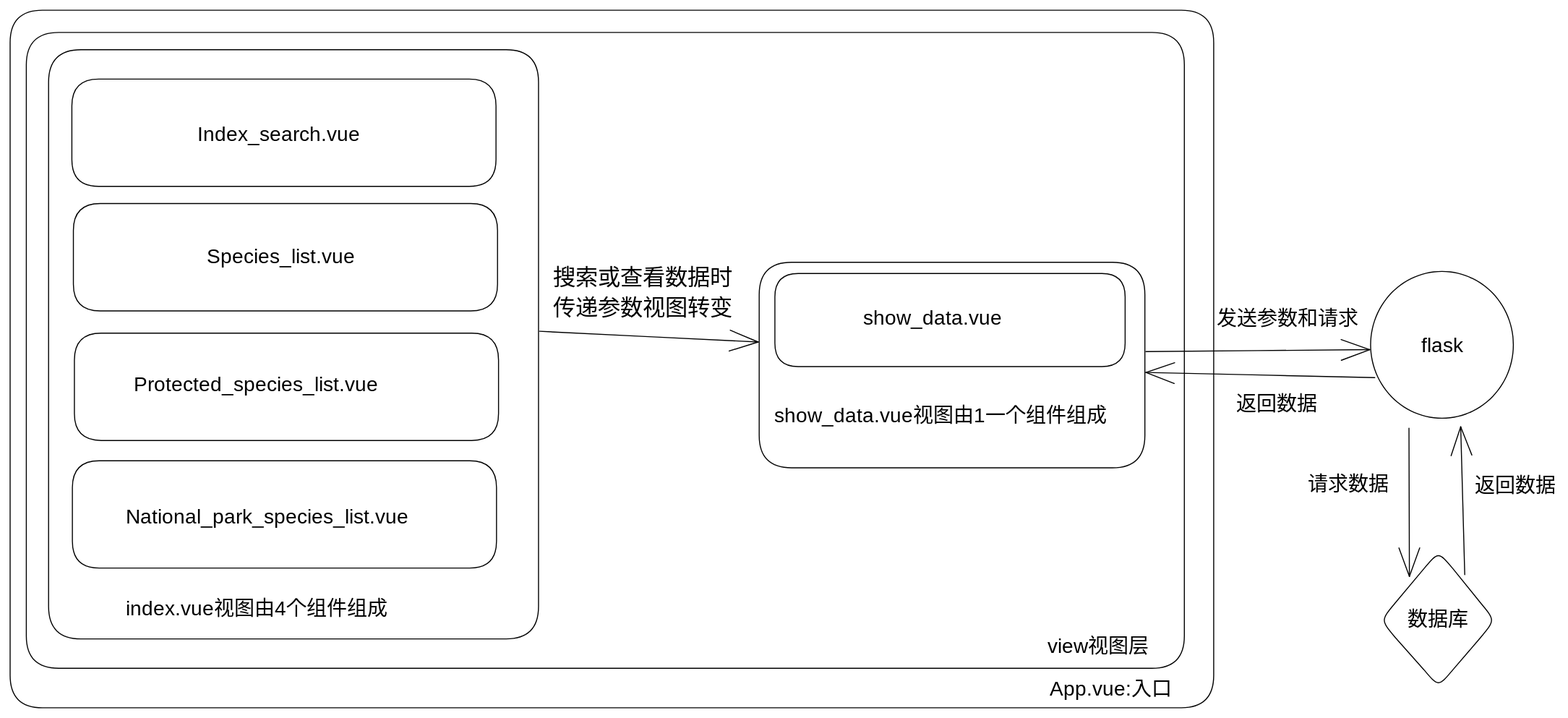
Before: .gitbook/assets/file.excalidraw.svg, a diagram exported from Excalidraw (Xiamu-ssr/Book1). Source tidied: one line per element, renumbered; positions are measured from the earlier drawing's top-left corner, leaving out a move shared by most shapes.
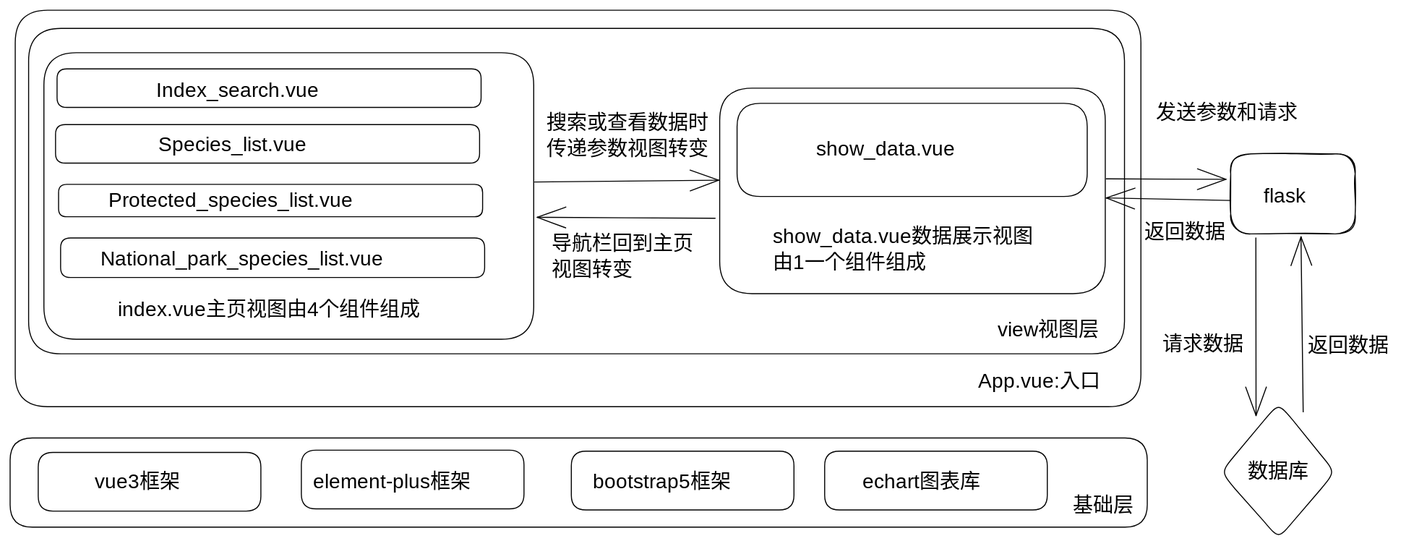
After the commit.

Commit message:
GITBOOK-32: change request with no subject merged in GitBook

What changed in the source:
```diff
@@ -1,32 +1,44 @@
-{"id": 0, "type": "rectangle", "strokeColor": "#000000", "strokeWidth": 1, "roughness": 0, "round": true, "x": 0, "y": 0, "width": 1189, "height": 689}
+{"id": 0, "type": "rectangle", "strokeColor": "#000000", "strokeWidth": 1, "roughness": 0, "round": true, "x": 22, "y": 4, "width": 1112, "height": 392}
-{"id": 1, "type": "text", "text": "App.vue:入口", "strokeColor": "#000000", "strokeWidth": 1, "roughness": 1, "fontSize": 20, "fontFamily": 3, "x": 1027, "y": 656, "width": 136, "height": 26}
+{"id": 1, "type": "text", "text": "App.vue:入口", "strokeColor": "#000000", "strokeWidth": 1, "roughness": 1, "fontSize": 20, "fontFamily": 3, "x": 973, "y": 356, "width": 136, "height": 26}
-{"id": 2, "type": "rectangle", "strokeColor": "#000000", "strokeWidth": 1, "roughness": 0, "round": true, "x": 16, "y": 22, "width": 1144, "height": 628}
+{"id": 2, "type": "rectangle", "strokeColor": "#000000", "strokeWidth": 1, "roughness": 0, "round": true, "x": 35, "y": 22, "width": 1083, "height": 321}
-{"id": 3, "type": "text", "text": "view视图层", "strokeColor": "#000000", "strokeWidth": 1, "roughness": 1, "fontSize": 20, "fontFamily": 3, "x": 1025, "y": 614, "width": 109, "height": 26}
+{"id": 3, "type": "text", "text": "view视图层", "strokeColor": "#000000", "strokeWidth": 1, "roughness": 1, "fontSize": 20, "fontFamily": 3, "x": 992, "y": 305, "width": 109, "height": 26}
-{"id": 4, "type": "rectangle", "strokeColor": "#000000", "strokeWidth": 1, "roughness": 0, "round": true, "x": 38, "y": 39, "width": 484, "height": 582}
+{"id": 4, "type": "rectangle", "strokeColor": "#000000", "strokeWidth": 1, "roughness": 0, "round": true, "x": 50, "y": 46, "width": 484, "height": 283}
-{"id": 5, "type": "text", "text": "index.vue视图由4个组件组成", "strokeColor": "#000000", "strokeWidth": 1, "roughness": 1, "fontSize": 20, "fontFamily": 3, "x": 114, "y": 577, "width": 279, "height": 26}
+{"id": 5, "type": "text", "text": "index.vue主页视图由4个组件组成", "strokeColor": "#000000", "strokeWidth": 1, "roughness": 1, "fontSize": 20, "fontFamily": 3, "x": 123, "y": 285, "width": 319, "height": 26}
-{"id": 6, "type": "rectangle", "strokeColor": "#000000", "strokeWidth": 1, "roughness": 0, "round": true, "x": 61, "y": 68, "width": 419, "height": 106}
+{"id": 6, "type": "rectangle", "strokeColor": "#000000", "strokeWidth": 1, "roughness": 0, "round": true, "x": 63, "y": 62, "width": 419, "height": 38}
-{"id": 7, "type": "text", "text": "Index_search.vue", "strokeColor": "#000000", "strokeWidth": 1, "roughness": 1, "fontSize": 20, "fontFamily": 3, "x": 185, "y": 110, "width": 190, "height": 24}
+{"id": 7, "type": "text", "text": "Index_search.vue", "strokeColor": "#000000", "strokeWidth": 1, "roughness": 1, "fontSize": 20, "fontFamily": 3, "x": 161, "y": 71, "width": 190, "height": 24}
-{"id": 8, "type": "rectangle", "strokeColor": "#000000", "strokeWidth": 1, "roughness": 0, "round": true, "x": 62, "y": 191, "width": 419, "height": 106}
+{"id": 8, "type": "rectangle", "strokeColor": "#000000", "strokeWidth": 1, "roughness": 0, "round": true, "x": 62, "y": 117, "width": 419, "height": 38}
-{"id": 9, "type": "rectangle", "strokeColor": "#000000", "strokeWidth": 1, "roughness": 0, "round": true, "x": 64, "y": 319, "width": 419, "height": 106}
+{"id": 9, "type": "rectangle", "strokeColor": "#000000", "strokeWidth": 1, "roughness": 0, "round": true, "x": 64, "y": 176, "width": 419, "height": 32}
-{"id": 10, "type": "rectangle", "strokeColor": "#000000", "strokeWidth": 1, "roughness": 0, "round": true, "x": 62, "y": 445, "width": 419, "height": 106}
+{"id": 10, "type": "rectangle", "strokeColor": "#000000", "strokeWidth": 1, "roughness": 0, "round": true, "x": 66, "y": 229, "width": 419, "height": 39}
-{"id": 11, "type": "text", "text": "Species_list.vue", "strokeColor": "#000000", "strokeWidth": 1, "roughness": 1, "fontSize": 20, "fontFamily": 3, "x": 194, "y": 231, "width": 190, "height": 24}
+{"id": 11, "type": "text", "text": "Species_list.vue", "strokeColor": "#000000", "strokeWidth": 1, "roughness": 1, "fontSize": 20, "fontFamily": 3, "x": 163, "y": 124, "width": 190, "height": 24}
-{"id": 12, "type": "text", "text": "Protected_species_list.vue", "strokeColor": "#000000", "strokeWidth": 1, "roughness": 1, "fontSize": 20, "fontFamily": 3, "x": 122, "y": 357, "width": 307, "height": 24}
+{"id": 12, "type": "text", "text": "Protected_species_list.vue", "strokeColor": "#000000", "strokeWidth": 1, "roughness": 1, "fontSize": 20, "fontFamily": 3, "x": 114, "y": 179, "width": 307, "height": 24}
-{"id": 13, "type": "text", "text": "National_park_species_list.vue", "strokeColor": "#000000", "strokeWidth": 1, "roughness": 1, "fontSize": 20, "fontFamily": 3, "x": 114, "y": 488, "width": 354, "height": 24}
+{"id": 13, "type": "text", "text": "National_park_species_list.vue", "strokeColor": "#000000", "strokeWidth": 1, "roughness": 1, "fontSize": 20, "fontFamily": 3, "x": 106, "y": 237, "width": 354, "height": 24}
-{"id": 14, "type": "rectangle", "strokeColor": "#000000", "strokeWidth": 1, "roughness": 0, "round": true, "x": 740, "y": 249, "width": 381, "height": 203}
+{"id": 14, "type": "rectangle", "strokeColor": "#000000", "strokeWidth": 1, "roughness": 0, "round": true, "x": 718, "y": 81, "width": 381, "height": 203}
-{"id": 15, "type": "text", "text": "show_data.vue视图由1一个组件组成", "strokeColor": "#000000", "strokeWidth": 1, "roughness": 1, "fontSize": 20, "fontFamily": 3, "x": 755, "y": 386, "width": 346, "height": 26}
+{"id": 15, "type": "text", "text": "show_data.vue数据展示视图\n由1一个组件组成", "strokeColor": "#000000", "strokeWidth": 1, "roughness": 1, "fontSize": 20, "fontFamily": 3, "x": 770, "y": 213, "width": 273, "height": 52}
-{"id": 16, "type": "rectangle", "strokeColor": "#000000", "strokeWidth": 1, "roughness": 0, "round": true, "x": 756, "y": 260, "width": 346, "height": 92}
+{"id": 16, "type": "rectangle", "strokeColor": "#000000", "strokeWidth": 1, "roughness": 0, "round": true, "x": 735, "y": 96, "width": 346, "height": 92}
-{"id": 17, "type": "text", "text": "show_data.vue", "strokeColor": "#000000", "strokeWidth": 1, "roughness": 0, "fontSize": 20, "fontFamily": 3, "x": 843, "y": 292, "width": 154, "height": 24}
+{"id": 17, "type": "text", "text": "show_data.vue", "strokeColor": "#000000", "strokeWidth": 1, "roughness": 0, "fontSize": 20, "fontFamily": 3, "x": 813, "y": 129, "width": 154, "height": 24}
-{"id": 18, "type": "arrow", "strokeColor": "#000000", "strokeWidth": 1, "roughness": 0, "endArrowhead": "arrow", "round": true, "from": 4, "to": 14, "x": 523, "y": 317, "width": 216, "height": 11, "points": [[0, 0], [216, 11]]}
+{"id": 18, "type": "arrow", "strokeColor": "#000000", "strokeWidth": 1, "roughness": 0, "endArrowhead": "arrow", "round": true, "from": 4, "to": 14, "x": 535, "y": 174, "width": 182, "height": 2, "points": [[0, 0], [182, -2]]}
-{"id": 19, "type": "text", "text": "搜索或查看数据时\n传递参数视图转变", "strokeColor": "#000000", "strokeWidth": 1, "roughness": 1, "fontSize": 22.31, "fontFamily": 3, "x": 536, "y": 248, "width": 180, "height": 60}
+{"id": 19, "type": "text", "text": "搜索或查看数据时\n传递参数视图转变", "strokeColor": "#000000", "strokeWidth": 1, "roughness": 1, "fontSize": 20, "fontFamily": 3, "x": 547, "y": 100, "width": 162, "height": 52}
-{"id": 20, "type": "ellipse", "strokeColor": "#000000", "strokeWidth": 1, "roughness": 0, "round": true, "x": 1344, "y": 258, "width": 141, "height": 145}
-{"id": 21, "type": "text", "text": "flask", "strokeColor": "#000000", "strokeWidth": 1, "roughness": 0, "fontSize": 20, "fontFamily": 3, "textAlign": "center", "verticalAlign": "middle", "inside": 20, "x": 1384, "y": 318, "width": 61, "height": 24}
-{"id": 22, "type": "arrow", "strokeColor": "#000000", "strokeWidth": 1, "roughness": 0, "endArrowhead": "arrow", "round": true, "from": 14, "to": 20, "x": 1122, "y": 337, "width": 221, "height": 2, "points": [[0, 0], [221, -2]]}
+{"id": 22, "type": "arrow", "strokeColor": "#000000", "strokeWidth": 1, "roughness": 0, "endArrowhead": "arrow", "round": true, "from": 14, "to": 32, "x": 1100, "y": 171, "width": 118, "height": 0, "points": [[0, 0], [118, 0]]}
-{"id": 23, "type": "diamond", "strokeColor": "#000000", "strokeWidth": 1, "roughness": 0, "round": true, "x": 1354, "y": 534, "width": 113, "height": 134}
+{"id": 23, "type": "diamond", "strokeColor": "#000000", "strokeWidth": 1, "roughness": 0, "round": true, "x": 1213, "y": 392, "width": 113, "height": 134}
-{"id": 24, "type": "text", "text": "数据库", "strokeColor": "#000000", "strokeWidth": 1, "roughness": 0, "fontSize": 20, "fontFamily": 3, "textAlign": "center", "verticalAlign": "middle", "inside": 23, "x": 1380, "y": 590, "width": 62, "height": 24}
+{"id": 24, "type": "text", "text": "数据库", "strokeColor": "#000000", "strokeWidth": 1, "roughness": 0, "fontSize": 20, "fontFamily": 3, "textAlign": "center", "verticalAlign": "middle", "inside": 23, "x": 1238, "y": 447, "width": 62, "height": 24}
-{"id": 25, "type": "arrow", "strokeColor": "#000000", "strokeWidth": 1, "roughness": 0, "endArrowhead": "arrow", "round": true, "from": 20, "to": 23, "x": 1382, "y": 413, "width": 0, "height": 146, "points": [[0, 0], [0, 146]]}
+{"id": 25, "type": "arrow", "strokeColor": "#000000", "strokeWidth": 1, "roughness": 0, "endArrowhead": "arrow", "round": true, "from": 32, "to": 23, "x": 1248, "y": 229, "width": 0, "height": 176, "points": [[0, 0], [0, 176]]}
-{"id": 26, "type": "text", "text": "发送参数和请求", "strokeColor": "#000000", "strokeWidth": 1, "roughness": 1, "fontSize": 20, "fontFamily": 3, "x": 1192, "y": 290, "width": 142, "height": 26}
+{"id": 26, "type": "text", "text": "发送参数和请求", "strokeColor": "#000000", "strokeWidth": 1, "roughness": 1, "fontSize": 20, "fontFamily": 3, "x": 1149, "y": 91, "width": 142, "height": 26}
-{"id": 27, "type": "text", "text": "请求数据", "strokeColor": "#000000", "strokeWidth": 1, "roughness": 1, "fontSize": 20, "fontFamily": 3, "x": 1282, "y": 454, "width": 82, "height": 26}
+{"id": 27, "type": "text", "text": "请求数据", "strokeColor": "#000000", "strokeWidth": 1, "roughness": 1, "fontSize": 20, "fontFamily": 3, "x": 1155, "y": 319, "width": 82, "height": 26}
-{"id": 28, "type": "arrow", "strokeColor": "#000000", "strokeWidth": 1, "roughness": 0, "endArrowhead": "arrow", "round": true, "from": 23, "to": 20, "x": 1437, "y": 558, "width": 4, "height": 146, "points": [[0, 0], [-4, -146]]}
+{"id": 28, "type": "arrow", "strokeColor": "#000000", "strokeWidth": 1, "roughness": 0, "endArrowhead": "arrow", "round": true, "from": 23, "to": 32, "x": 1294, "y": 401, "width": 2, "height": 173, "points": [[0, 0], [-2, -173]]}
-{"id": 29, "type": "text", "text": "返回数据", "strokeColor": "#000000", "strokeWidth": 1, "roughness": 1, "fontSize": 20, "fontFamily": 3, "x": 1447, "y": 456, "width": 82, "height": 26}
+{"id": 29, "type": "text", "text": "返回数据", "strokeColor": "#000000", "strokeWidth": 1, "roughness": 1, "fontSize": 20, "fontFamily": 3, "x": 1299, "y": 321, "width": 82, "height": 26}
-{"id": 30, "type": "arrow", "strokeColor": "#000000", "strokeWidth": 1, "roughness": 0, "endArrowhead": "arrow", "round": true, "from": 20, "to": 14, "x": 1348, "y": 363, "width": 226, "height": 5, "points": [[0, 0], [-226, -5]]}
+{"id": 30, "type": "arrow", "strokeColor": "#000000", "strokeWidth": 1, "roughness": 0, "endArrowhead": "arrow", "round": true, "from": 32, "to": 14, "x": 1222, "y": 192, "width": 122, "height": 2, "points": [[0, 0], [-122, -2]]}
-{"id": 31, "type": "text", "text": "返回数据", "strokeColor": "#000000", "strokeWidth": 1, "roughness": 1, "fontSize": 20, "fontFamily": 3, "x": 1211, "y": 374, "width": 82, "height": 26}
+{"id": 31, "type": "text", "text": "返回数据", "strokeColor": "#000000", "strokeWidth": 1, "roughness": 1, "fontSize": 20, "fontFamily": 3, "x": 1137, "y": 209, "width": 82, "height": 26}
+{"id": 32, "type": "rectangle", "strokeColor": "#000000", "strokeWidth": 1, "roughness": 1, "round": true, "x": 1223, "y": 146, "width": 123, "height": 79}
+{"id": 21, "type": "text", "text": "flask", "strokeColor": "#000000", "strokeWidth": 1, "roughness": 1, "fontSize": 20, "fontFamily": 3, "x": 1255, "y": 175, "width": 61, "height": 24}
+{"id": 33, "type": "rectangle", "strokeColor": "#000000", "strokeWidth": 1, "roughness": 0, "round": true, "x": 17, "y": 426, "width": 1124, "height": 88}
+{"id": 34, "type": "text", "text": "基础层", "strokeColor": "#000000", "strokeWidth": 1, "roughness": 0, "fontSize": 20, "fontFamily": 3, "x": 1067, "y": 479, "width": 62, "height": 26}
+{"id": 35, "type": "rectangle", "strokeColor": "#000000", "strokeWidth": 1, "roughness": 0, "round": true, "x": 44, "y": 441, "width": 220, "height": 58}
+{"id": 36, "type": "text", "text": "vue3框架", "strokeColor": "#000000", "strokeWidth": 1, "roughness": 0, "fontSize": 20, "fontFamily": 3, "x": 100, "y": 455, "width": 89, "height": 26}
+{"id": 37, "type": "rectangle", "strokeColor": "#000000", "strokeWidth": 1, "roughness": 0, "round": true, "x": 304, "y": 438, "width": 220, "height": 58}
+{"id": 38, "type": "text", "text": "element-plus框架", "strokeColor": "#000000", "strokeWidth": 1, "roughness": 0, "fontSize": 20, "fontFamily": 3, "x": 316, "y": 455, "width": 183, "height": 26}
+{"id": 39, "type": "rectangle", "strokeColor": "#000000", "strokeWidth": 1, "roughness": 0, "round": true, "x": 571, "y": 440, "width": 220, "height": 58}
+{"id": 40, "type": "text", "text": "bootstrap5框架", "strokeColor": "#000000", "strokeWidth": 1, "roughness": 0, "fontSize": 20, "fontFamily": 3, "x": 592, "y": 455, "width": 159, "height": 26}
+{"id": 41, "type": "rectangle", "strokeColor": "#000000", "strokeWidth": 1, "roughness": 0, "round": true, "x": 822, "y": 440, "width": 220, "height": 58}
+{"id": 42, "type": "text", "text": "echart图表库", "strokeColor": "#000000", "strokeWidth": 1, "roughness": 0, "fontSize": 20, "fontFamily": 3, "x": 858, "y": 455, "width": 132, "height": 26}
+{"id": 43, "type": "arrow", "strokeColor": "#000000", "strokeWidth": 1, "roughness": 0, "endArrowhead": "arrow", "round": true, "from": 14, "to": 4, "x": 713, "y": 209, "width": 176, "height": 1, "points": [[0, 0], [-176, -1]]}
+{"id": 44, "type": "text", "text": "导航栏回到主页\n视图转变", "strokeColor": "#000000", "strokeWidth": 1, "roughness": 0, "fontSize": 20, "fontFamily": 3, "x": 552, "y": 220, "width": 141, "height": 52}
```
